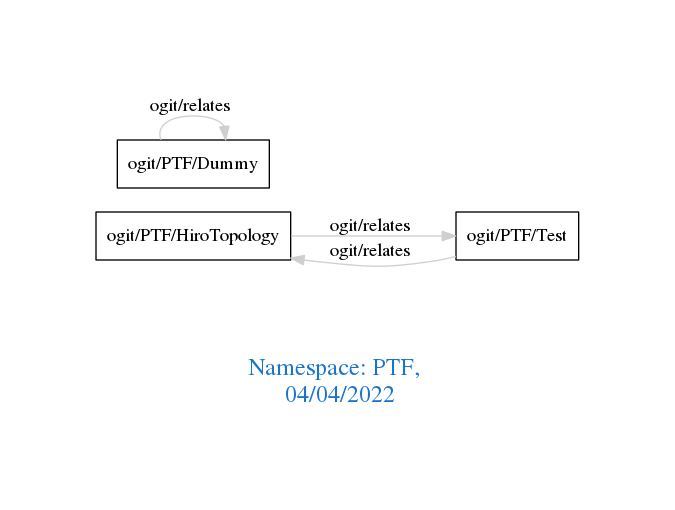
The Graphviz diagram downloads/PTF.png in arago/OGIT, before a commit. Its source is kept beside it as downloads/PTF.dot. Source of this version:
```dot
digraph OGIT_ontology {
 graph [ rankdir= LR,pad=1
fontsize = 18,
fontcolor= dodgerblue3,label = "\n\n\nNamespace: PTF, \n 04/04/2022"];
node[shape=polygon];
edge [  color="gray81"];

   "ogit/PTF/HiroTopology" -> "ogit/PTF/Test" [label="   ogit/relates    "];
   "ogit/PTF/Test" -> "ogit/PTF/HiroTopology" [label="   ogit/relates    "];
   "ogit/PTF/Dummy" -> "ogit/PTF/Dummy" [label="   ogit/relates    "];
}
```
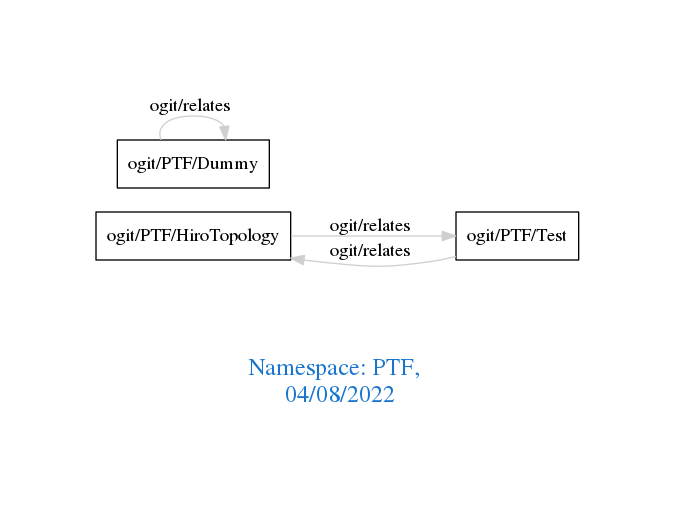
Above is the later version.

Diff of the diagram source:
```diff
@@ -1,7 +1,7 @@
 digraph OGIT_ontology {
  graph [ rankdir= LR,pad=1
 fontsize = 18,
-fontcolor= dodgerblue3,label = "\n\n\nNamespace: PTF, \n 04/04/2022"];
+fontcolor= dodgerblue3,label = "\n\n\nNamespace: PTF, \n 04/08/2022"];
 node[shape=polygon];
 edge [  color="gray81"];
 
```
